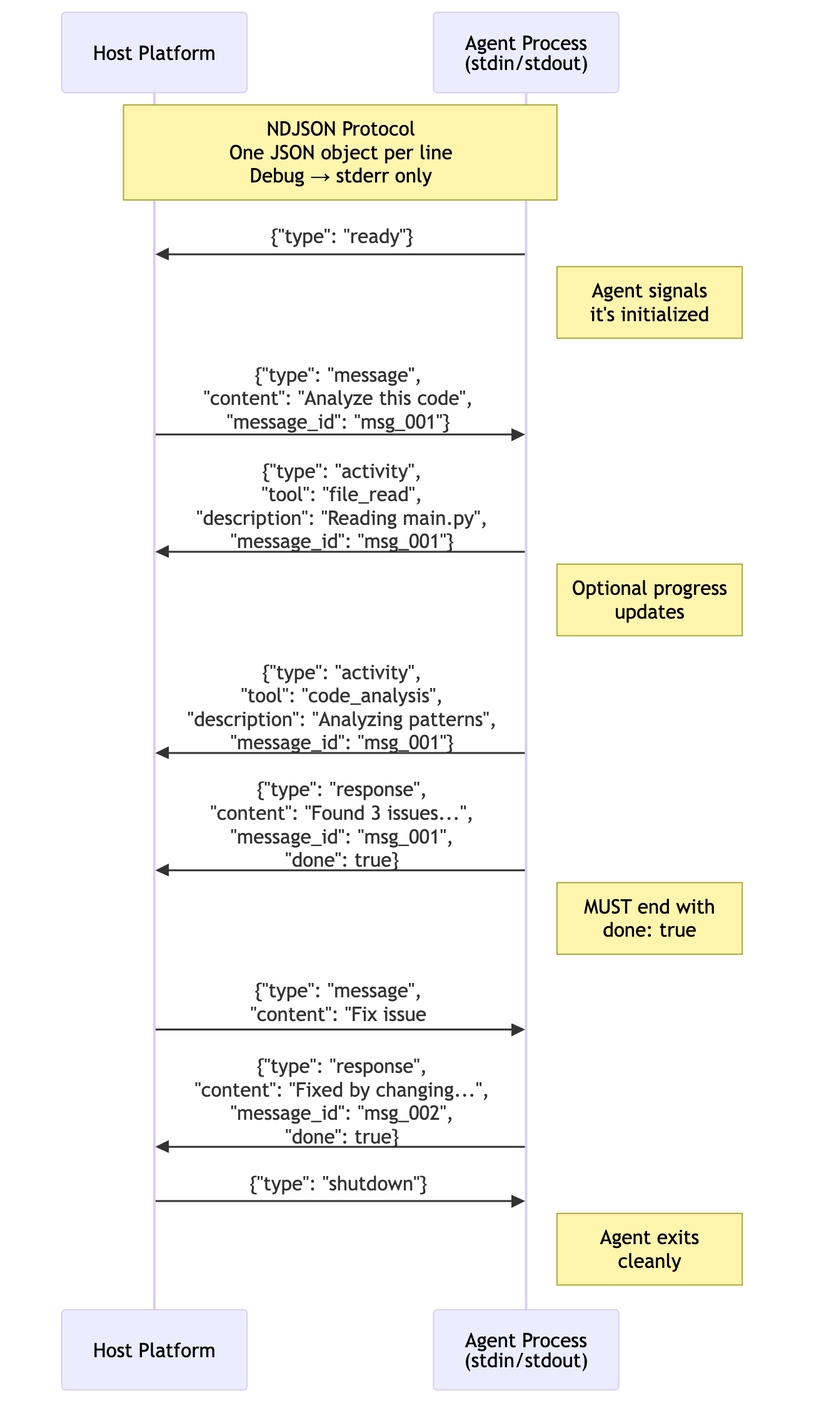
This is docs/diagrams/protocol-messages.png from andybrowning5/primordial-agentstore, a Mermaid export, as it was before one commit. Its source is kept beside it as docs/diagrams/protocol-messages.mmd.
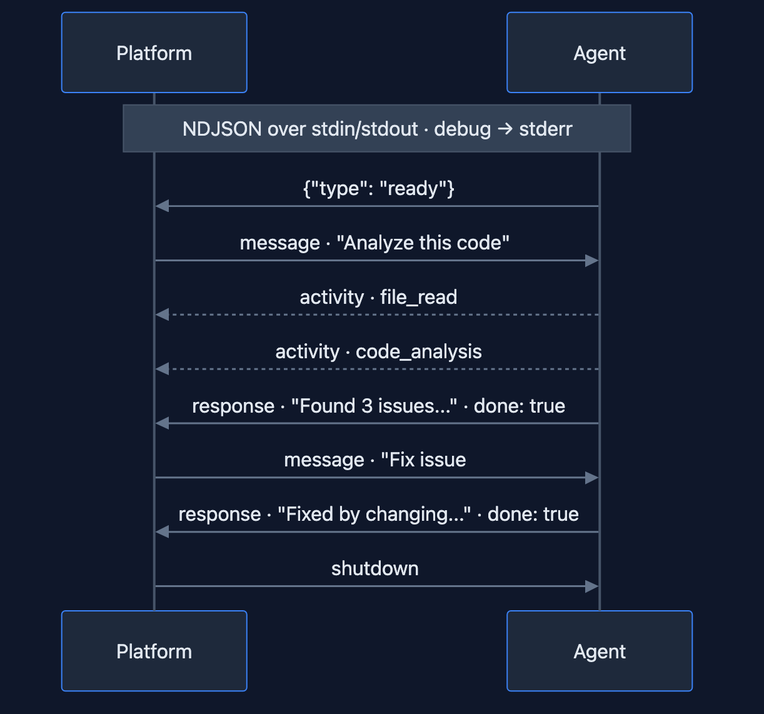
After the change.

The edit, as a diff of the source:
```diff
@@ -1,25 +1,18 @@
 sequenceDiagram
-    participant Platform as Host Platform
-    participant Agent as Agent Process<br/>(stdin/stdout)
+    participant P as Platform
+    participant A as Agent
 
-    Note over Platform,Agent: NDJSON Protocol<br/>One JSON object per line<br/>Debug → stderr only
+    Note over P,A: NDJSON over stdin/stdout · debug → stderr
 
-    Agent->>Platform: {"type": "ready"}
-    Note right of Agent: Agent signals<br/>it's initialized
+    A->>P: {"type": "ready"}
 
-    Platform->>Agent: {"type": "message",<br/>"content": "Analyze this code",<br/>"message_id": "msg_001"}
+    P->>A: message · "Analyze this code"
 
-    Agent->>Platform: {"type": "activity",<br/>"tool": "file_read",<br/>"description": "Reading main.py",<br/>"message_id": "msg_001"}
-    Note right of Agent: Optional progress<br/>updates
+    A-->>P: activity · file_read
+    A-->>P: activity · code_analysis
+    A->>P: response · "Found 3 issues..." · done: true
 
-    Agent->>Platform: {"type": "activity",<br/>"tool": "code_analysis",<br/>"description": "Analyzing patterns",<br/>"message_id": "msg_001"}
+    P->>A: message · "Fix issue #1"
+    A->>P: response · "Fixed by changing..." · done: true
 
-    Agent->>Platform: {"type": "response",<br/>"content": "Found 3 issues...",<br/>"message_id": "msg_001",<br/>"done": true}
-    Note right of Agent: MUST end with<br/>done: true
-
-    Platform->>Agent: {"type": "message",<br/>"content": "Fix issue #1",<br/>"message_id": "msg_002"}
-
-    Agent->>Platform: {"type": "response",<br/>"content": "Fixed by changing...",<br/>"message_id": "msg_002",<br/>"done": true}
-
-    Platform->>Agent: {"type": "shutdown"}
-    Note right of Agent: Agent exits<br/>cleanly
+    P->>A: shutdown
```
